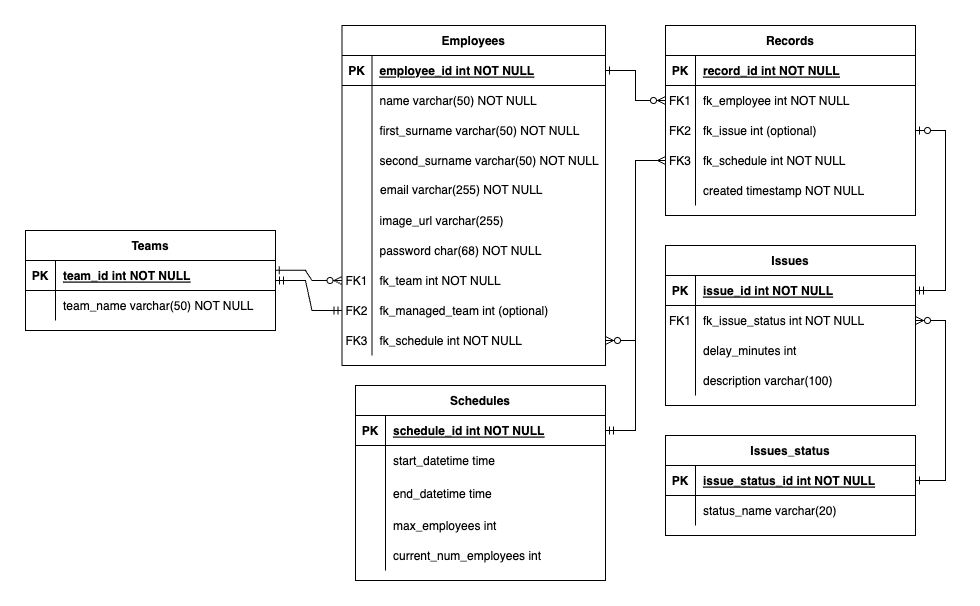
The draw.io diagram images/schedule-whiz-db.png in uma-dev/schedule-whiz, before a commit. Source tidied: cells renumbered, new cells last; positions are measured from the earlier drawing's top-left corner, leaving out a move shared by most shapes.
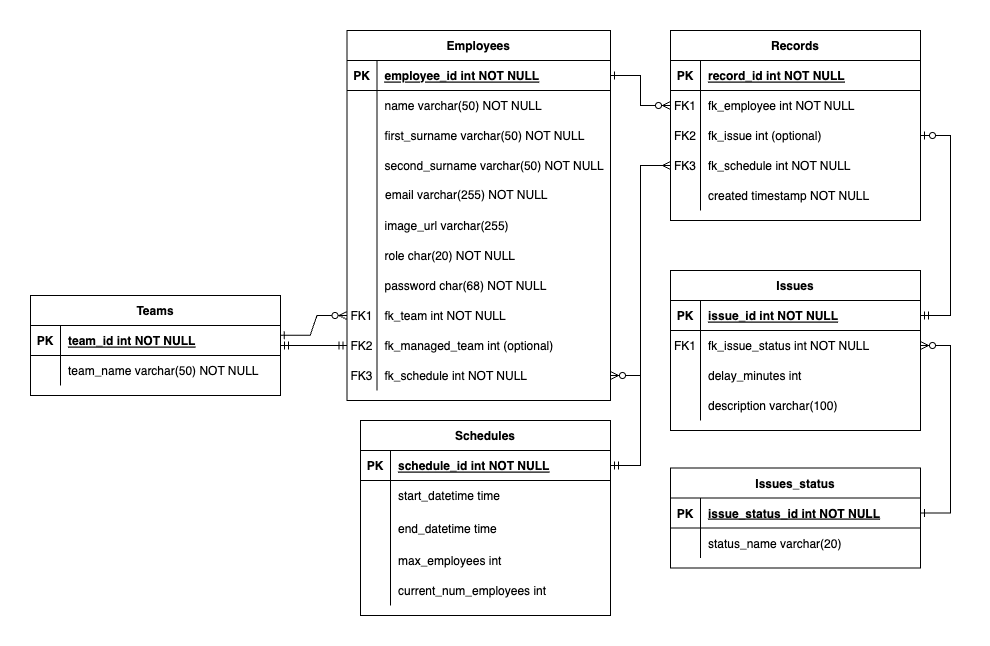
The same diagram one commit later.

The edit, as a diff of the source:
```diff
@@ -51,7 +51,7 @@
       <mxGeometry x="30" width="220" height="30" as="geometry" />
     </mxCell>
     <mxCell id="18" value="Teams" style="shape=table;startSize=30;rowLines=0;fontStyle=1;align=center;labelBackgroundColor=none;rounded=0;" parent="1" vertex="1">
-      <mxGeometry y="205" width="250" height="100" as="geometry" />
+      <mxGeometry y="265" width="250" height="100" as="geometry" />
     </mxCell>
     <mxCell id="19" style="shape=partialRectangle;fillColor=none;points=[[0,0.5],[1,0.5]];portConstraint=eastwest;top=0;left=0;right=0;bottom=1;labelBackgroundColor=none;rounded=0;" parent="18" vertex="1">
       <mxGeometry y="30" width="250" height="30" as="geometry" />
@@ -72,7 +72,7 @@
       <mxGeometry x="30" width="220" height="30" as="geometry" />
     </mxCell>
     <mxCell id="25" value="Employees" style="shape=table;startSize=30;rowLines=0;fontStyle=1;align=center;labelBackgroundColor=none;rounded=0;" parent="1" vertex="1">
-      <mxGeometry x="316.5" width="263.5" height="340" as="geometry" />
+      <mxGeometry x="316.5" width="263.5" height="370" as="geometry" />
     </mxCell>
     <mxCell id="26" style="shape=partialRectangle;fillColor=none;points=[[0,0.5],[1,0.5]];portConstraint=eastwest;top=0;left=0;right=0;bottom=1;labelBackgroundColor=none;rounded=0;" parent="25" vertex="1">
       <mxGeometry y="30" width="263.5" height="30" as="geometry" />
@@ -128,8 +128,17 @@
     <mxCell id="43" value="image_url varchar(255)" style="shape=partialRectangle;fillColor=none;top=0;left=0;bottom=0;right=0;align=left;spacingLeft=6;overflow=hidden;" parent="41" vertex="1">
       <mxGeometry x="30" width="233.5" height="30" as="geometry" />
     </mxCell>
+    <mxCell id="99" style="shape=tableRow;horizontal=0;startSize=0;swimlaneHead=0;swimlaneBody=0;fillColor=none;top=0;left=0;right=0;bottom=0;" parent="25" vertex="1">
+      <mxGeometry y="210" width="263.5" height="30" as="geometry" />
+    </mxCell>
+    <mxCell id="100" style="shape=partialRectangle;fillColor=none;top=0;left=0;bottom=0;right=0;overflow=hidden;" parent="99" vertex="1">
+      <mxGeometry width="30" height="30" as="geometry" />
+    </mxCell>
+    <mxCell id="101" value="role char(20) NOT NULL" style="shape=partialRectangle;fillColor=none;top=0;left=0;bottom=0;right=0;align=left;spacingLeft=6;overflow=hidden;" parent="99" vertex="1">
+      <mxGeometry x="30" width="233.5" height="30" as="geometry" />
+    </mxCell>
     <mxCell id="44" style="shape=tableRow;horizontal=0;startSize=0;swimlaneHead=0;swimlaneBody=0;fillColor=none;top=0;left=0;right=0;bottom=0;" parent="25" vertex="1">
-      <mxGeometry y="210" width="263.5" height="30" as="geometry" />
+      <mxGeometry y="240" width="263.5" height="30" as="geometry" />
     </mxCell>
     <mxCell id="45" style="shape=partialRectangle;fillColor=none;top=0;left=0;bottom=0;right=0;overflow=hidden;" parent="44" vertex="1">
       <mxGeometry width="30" height="30" as="geometry" />
@@ -138,7 +147,7 @@
       <mxGeometry x="30" width="233.5" height="30" as="geometry" />
     </mxCell>
     <mxCell id="47" style="shape=partialRectangle;fillColor=none;points=[[0,0.5],[1,0.5]];portConstraint=eastwest;top=0;left=0;right=0;bottom=0;labelBackgroundColor=none;rounded=0;" parent="25" vertex="1">
-      <mxGeometry y="240" width="263.5" height="30" as="geometry" />
+      <mxGeometry y="270" width="263.5" height="30" as="geometry" />
     </mxCell>
     <mxCell id="48" value="FK1" style="shape=partialRectangle;overflow=hidden;fillColor=none;top=0;left=0;bottom=0;right=0;labelBackgroundColor=none;rounded=0;" parent="47" vertex="1">
       <mxGeometry width="30" height="30" as="geometry" />
@@ -147,7 +156,7 @@
       <mxGeometry x="30" width="233.5" height="30" as="geometry" />
     </mxCell>
     <mxCell id="50" style="shape=partialRectangle;fillColor=none;points=[[0,0.5],[1,0.5]];portConstraint=eastwest;top=0;left=0;right=0;bottom=0;labelBackgroundColor=none;rounded=0;" parent="25" vertex="1">
-      <mxGeometry y="270" width="263.5" height="30" as="geometry" />
+      <mxGeometry y="300" width="263.5" height="30" as="geometry" />
     </mxCell>
     <mxCell id="51" value="FK2" style="shape=partialRectangle;overflow=hidden;fillColor=none;top=0;left=0;bottom=0;right=0;labelBackgroundColor=none;rounded=0;" parent="50" vertex="1">
       <mxGeometry width="30" height="30" as="geometry" />
@@ -156,7 +165,7 @@
       <mxGeometry x="30" width="233.5" height="30" as="geometry" />
     </mxCell>
     <mxCell id="53" style="shape=partialRectangle;fillColor=none;points=[[0,0.5],[1,0.5]];portConstraint=eastwest;top=0;left=0;right=0;bottom=0;labelBackgroundColor=none;rounded=0;" parent="25" vertex="1">
-      <mxGeometry y="300" width="263.5" height="30" as="geometry" />
+      <mxGeometry y="330" width="263.5" height="30" as="geometry" />
     </mxCell>
     <mxCell id="54" value="FK3" style="shape=partialRectangle;overflow=hidden;fillColor=none;top=0;left=0;bottom=0;right=0;labelBackgroundColor=none;rounded=0;" parent="53" vertex="1">
       <mxGeometry width="30" height="30" as="geometry" />
@@ -165,7 +174,7 @@
       <mxGeometry x="30" width="233.5" height="30" as="geometry" />
     </mxCell>
     <mxCell id="56" value="Schedules" style="shape=table;startSize=30;rowLines=0;fontStyle=1;align=center;labelBackgroundColor=none;rounded=0;" parent="1" vertex="1">
-      <mxGeometry x="330" y="360" width="250" height="195" as="geometry" />
+      <mxGeometry x="330" y="390" width="250" height="195" as="geometry" />
     </mxCell>
     <mxCell id="57" style="shape=partialRectangle;fillColor=none;points=[[0,0.5],[1,0.5]];portConstraint=eastwest;top=0;left=0;right=0;bottom=1;labelBackgroundColor=none;rounded=0;" parent="56" vertex="1">
       <mxGeometry y="30" width="250" height="30" as="geometry" />
@@ -227,7 +236,7 @@
       <mxGeometry relative="1" as="geometry" />
     </mxCell>
     <mxCell id="75" value="Issues" style="shape=table;startSize=30;rowLines=0;fontStyle=1;align=center;labelBackgroundColor=none;rounded=0;" parent="1" vertex="1">
-      <mxGeometry x="640" y="220" width="250" height="160" as="geometry" />
+      <mxGeometry x="640" y="240" width="250" height="160" as="geometry" />
     </mxCell>
     <mxCell id="76" style="shape=partialRectangle;fillColor=none;points=[[0,0.5],[1,0.5]];portConstraint=eastwest;top=0;left=0;right=0;bottom=1;labelBackgroundColor=none;rounded=0;" parent="75" vertex="1">
       <mxGeometry y="30" width="250" height="30" as="geometry" />
@@ -266,7 +275,7 @@
       <mxGeometry x="30" width="220" height="30" as="geometry" />
     </mxCell>
     <mxCell id="88" value="Issues_status" style="shape=table;startSize=30;rowLines=0;fontStyle=1;align=center;labelBackgroundColor=none;rounded=0;" parent="1" vertex="1">
-      <mxGeometry x="640" y="410" width="250" height="100" as="geometry" />
+      <mxGeometry x="640" y="437.5" width="250" height="100" as="geometry" />
     </mxCell>
     <mxCell id="89" style="shape=partialRectangle;fillColor=none;points=[[0,0.5],[1,0.5]];portConstraint=eastwest;top=0;left=0;right=0;bottom=1;labelBackgroundColor=none;rounded=0;" parent="88" vertex="1">
       <mxGeometry y="30" width="250" height="30" as="geometry" />
```
